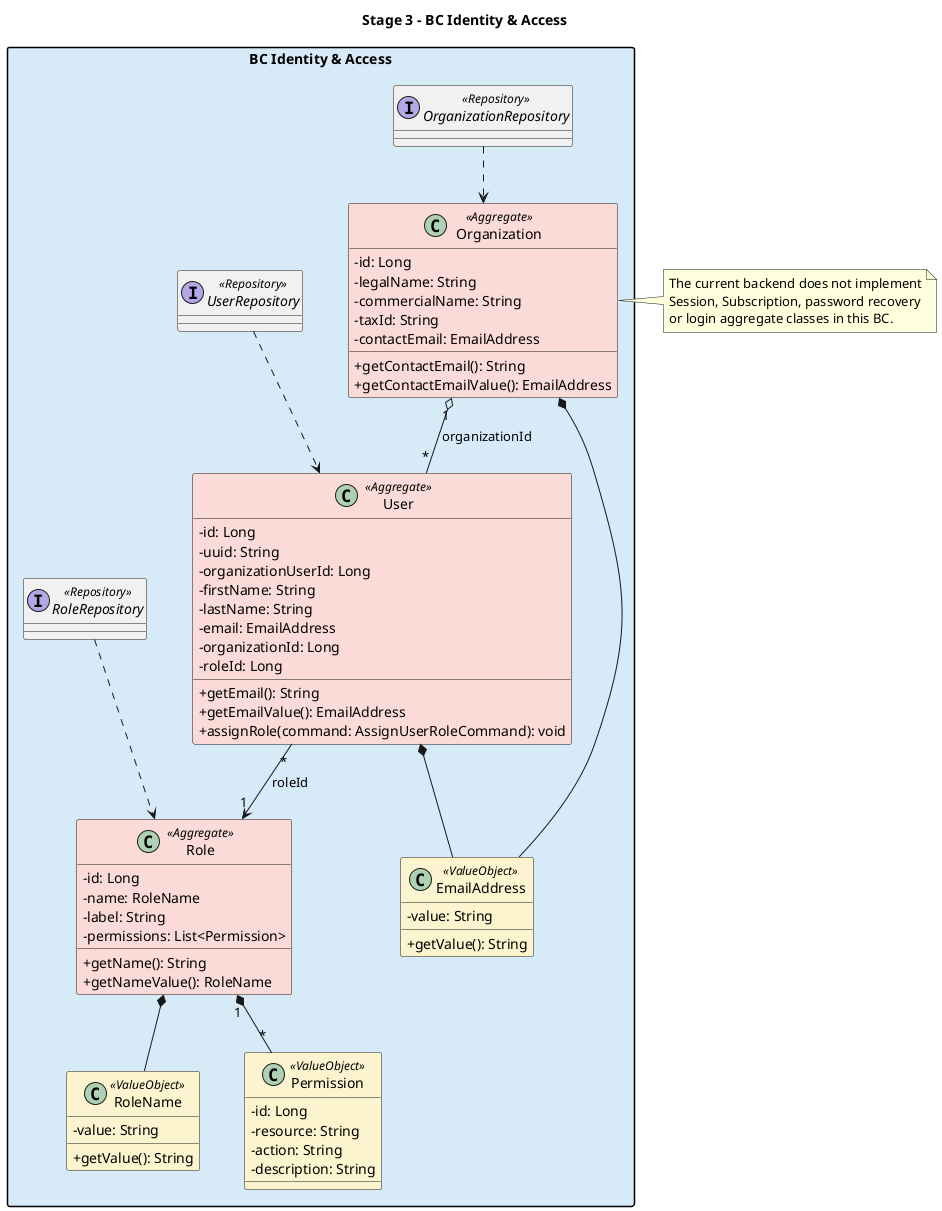
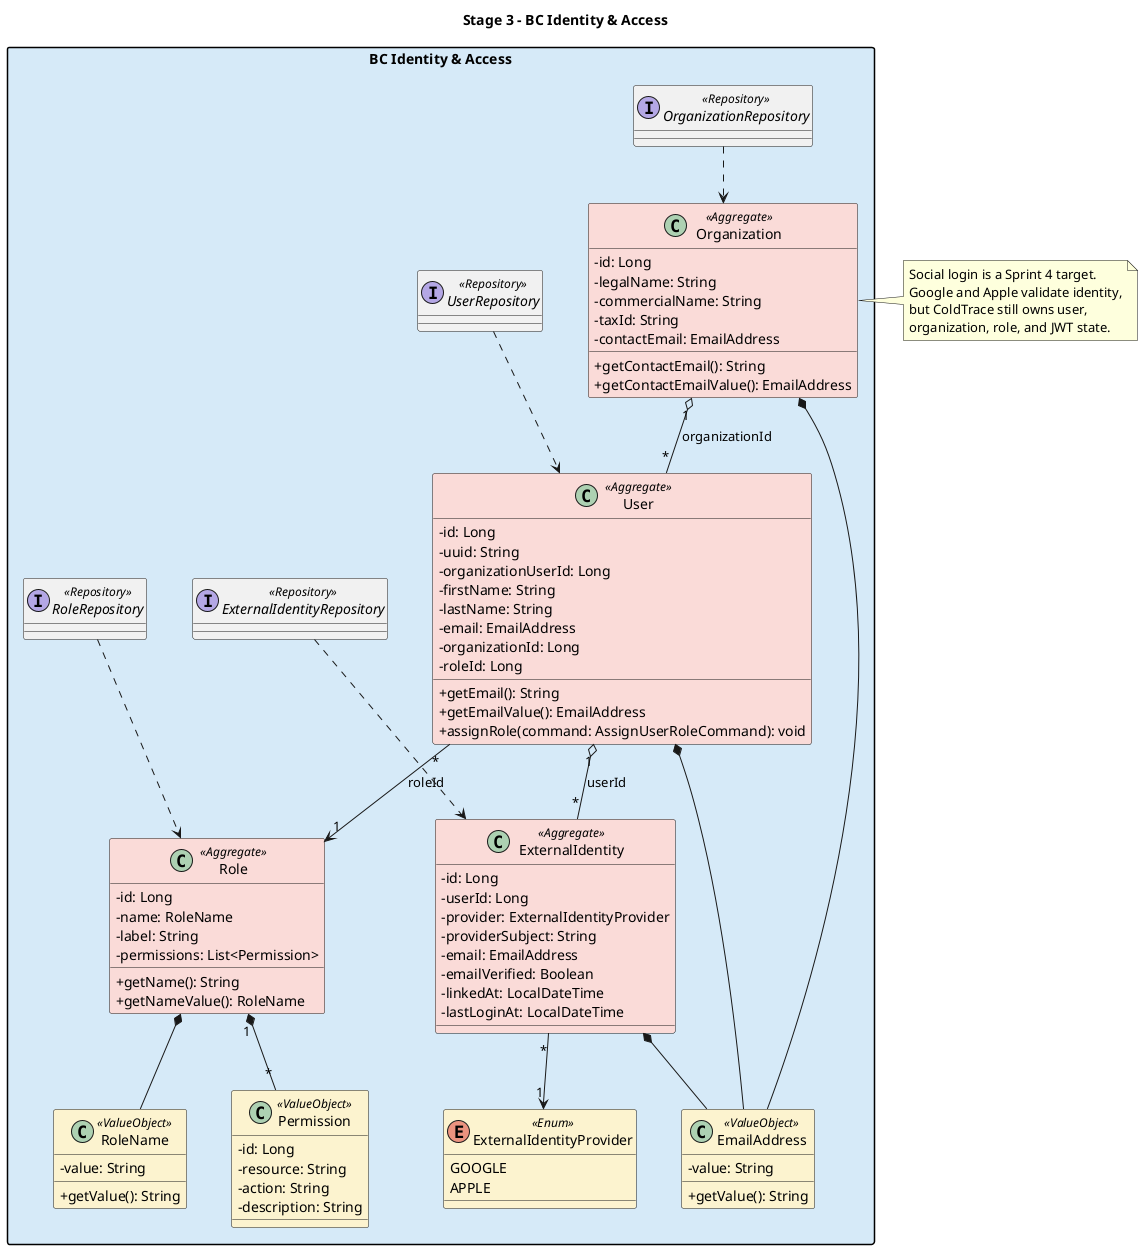
@startuml

title Stage 3 - BC Identity & Access

skinparam classAttributeIconSize 0
skinparam nodesep 45
skinparam ranksep 55
skinparam packageStyle rectangle
skinparam shadowing false

package "BC Identity & Access" #D6EAF8 {

  class Organization <<Aggregate>> #FADBD8 {
    - id: Long
    - legalName: String
    - commercialName: String
    - taxId: String
    - contactEmail: EmailAddress
    + getContactEmail(): String
    + getContactEmailValue(): EmailAddress
  }

  class User <<Aggregate>> #FADBD8 {
    - id: Long
    - uuid: String
    - organizationUserId: Long
    - firstName: String
    - lastName: String
    - email: EmailAddress
    - organizationId: Long
    - roleId: Long
    + getEmail(): String
    + getEmailValue(): EmailAddress
    + assignRole(command: AssignUserRoleCommand): void
  }

+   class ExternalIdentity <<Aggregate>> #FADBD8 {
+     - id: Long
+     - userId: Long
+     - provider: ExternalIdentityProvider
+     - providerSubject: String
+     - email: EmailAddress
+     - emailVerified: Boolean
+     - linkedAt: LocalDateTime
+     - lastLoginAt: LocalDateTime
+   }
+ 
  class Role <<Aggregate>> #FADBD8 {
    - id: Long
    - name: RoleName
    - label: String
    - permissions: List<Permission>
    + getName(): String
    + getNameValue(): RoleName
  }

  class EmailAddress <<ValueObject>> #FCF3CF {
    - value: String
    + getValue(): String
  }

  class RoleName <<ValueObject>> #FCF3CF {
    - value: String
    + getValue(): String
  }

+   enum ExternalIdentityProvider <<Enum>> #FCF3CF {
+     GOOGLE
+     APPLE
+   }
+ 
  class Permission <<ValueObject>> #FCF3CF {
    - id: Long
    - resource: String
    - action: String
    - description: String
  }

  interface OrganizationRepository <<Repository>>
  interface UserRepository <<Repository>>
+   interface ExternalIdentityRepository <<Repository>>
  interface RoleRepository <<Repository>>

  Organization "1" o-- "*" User : organizationId
  User "*" --> "1" Role : roleId
+   User "1" o-- "*" ExternalIdentity : userId
+   ExternalIdentity "*" --> "1" ExternalIdentityProvider
  Role "1" *-- "*" Permission
  Organization *-- EmailAddress
  User *-- EmailAddress
+   ExternalIdentity *-- EmailAddress
  Role *-- RoleName
  OrganizationRepository ..> Organization
  UserRepository ..> User
+   ExternalIdentityRepository ..> ExternalIdentity
  RoleRepository ..> Role
}

note right of Organization
-   The current backend does not implement
-   Session, Subscription, password recovery
-   or login aggregate classes in this BC.
+   Social login is a Sprint 4 target.
+   Google and Apple validate identity,
+   but ColdTrace still owns user,
+   organization, role, and JWT state.
end note

@enduml
